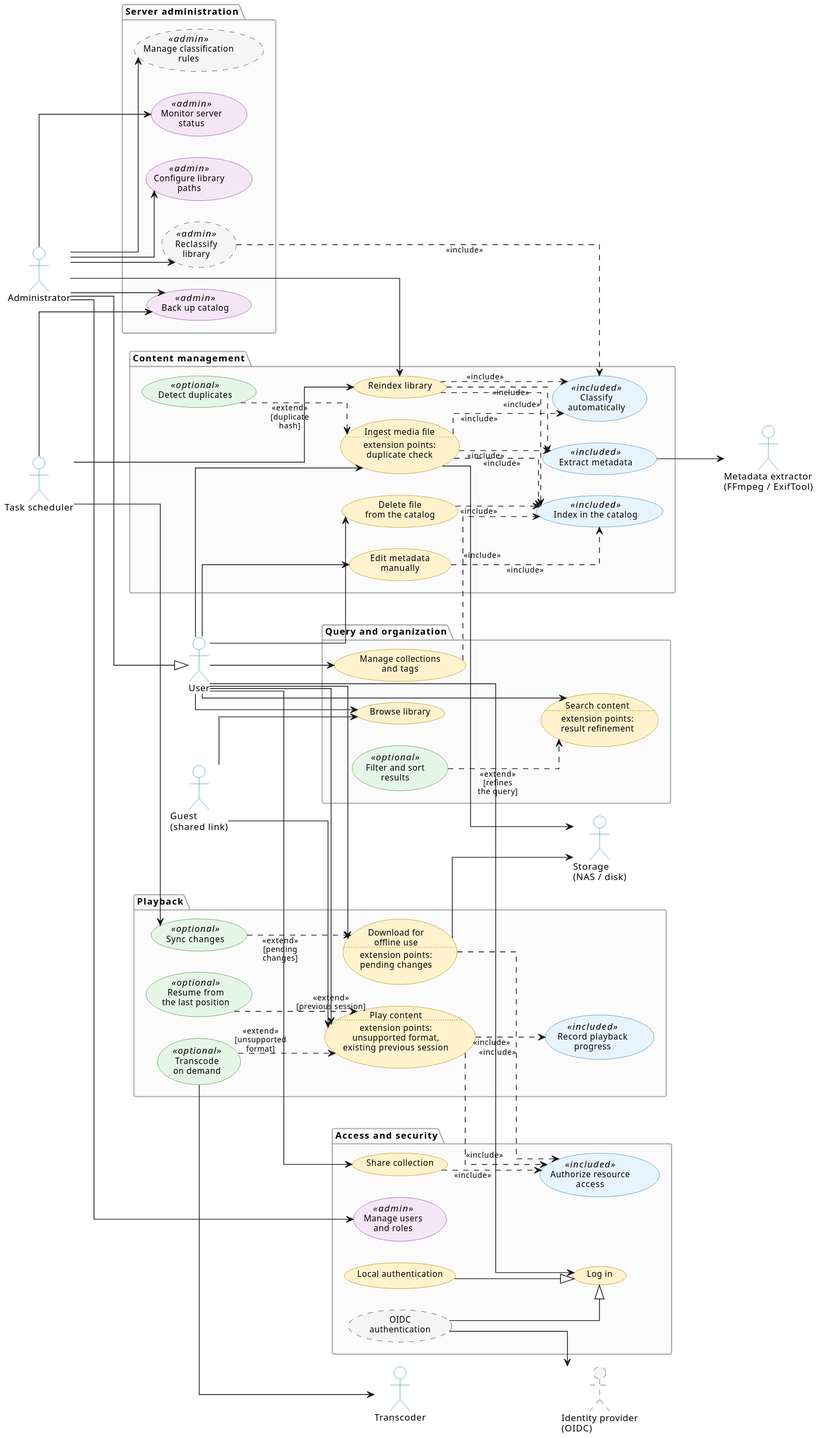
The PlantUML diagram docs/architecture/software/OmniStream-UseCases.svg in fe-ba/OmniStream, before a commit.
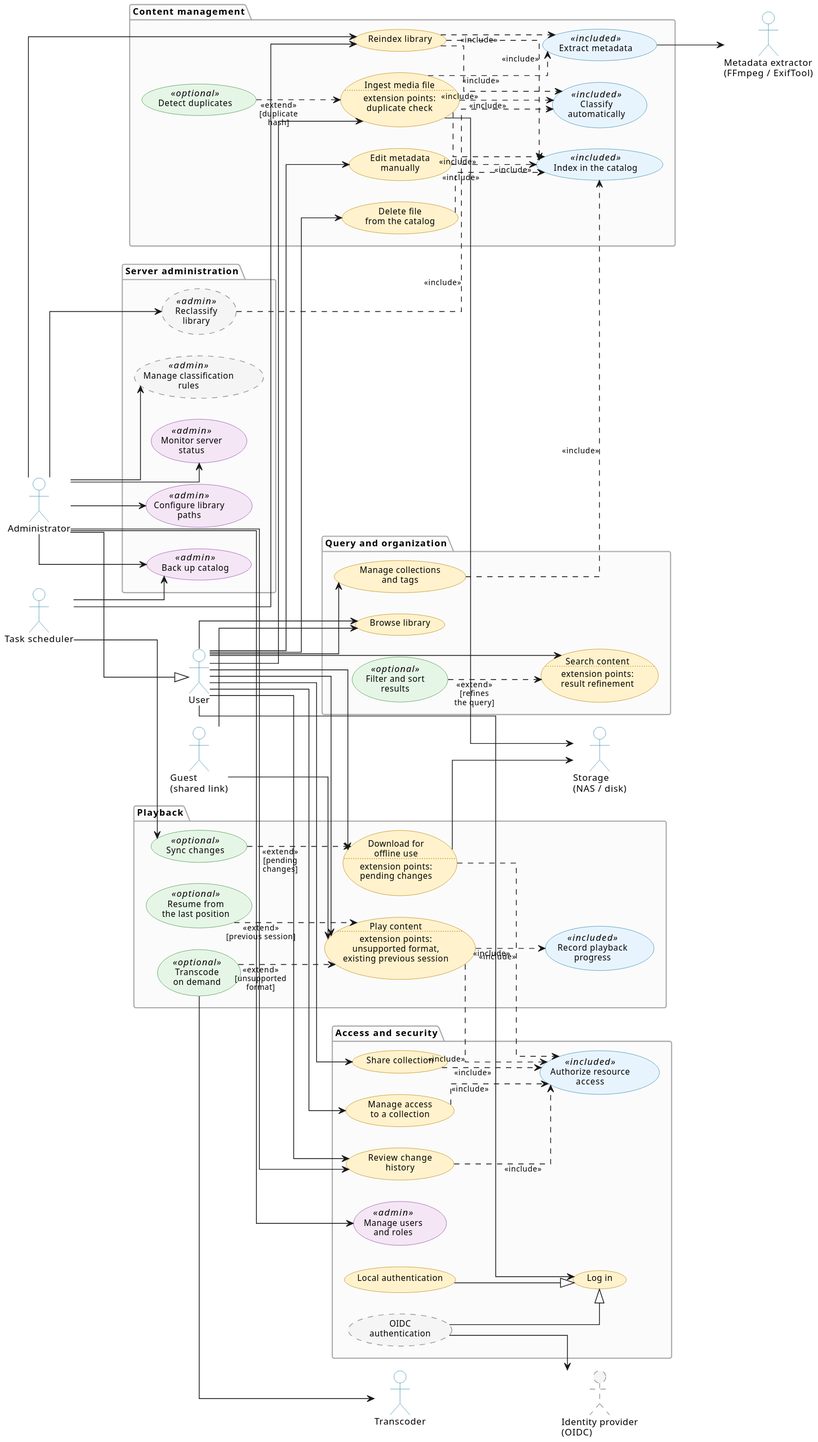
The same file after the commit.

Diff of the diagram source:
```diff
@@ -71,6 +71,8 @@
   usecase "Authorize resource\naccess"      as UC19 <<included>>
   usecase "Share collection"                as UC20
   usecase "Manage users\nand roles"         as UC21 <<admin>>
+  usecase "Manage access\nto a collection"  as UC28
+  usecase "Review change\nhistory"           as UC29
 }
 
 package "Server administration" {
@@ -97,6 +99,8 @@
 User --> UC16
 User --> UC18
 User --> UC20
+User --> UC28
+User --> UC29
 
 Guest --> UC10
 Guest --> UC12
@@ -108,6 +112,7 @@
 Admin --> UC24
 Admin --> UC26
 Admin --> UC27
+Admin --> UC29
 
 UC3   --> SysMeta
 UC1   --> SysFs
@@ -132,6 +137,8 @@
 UC12 ..> UC15 : <<include>>
 UC16 ..> UC19 : <<include>>
 UC20 ..> UC19 : <<include>>
+UC28 ..> UC19 : <<include>>
+UC29 ..> UC19 : <<include>>
 
 UC5  ..> UC1  : <<extend>>\n[duplicate\nhash]
 UC13 ..> UC12 : <<extend>>\n[unsupported\nformat]
```
